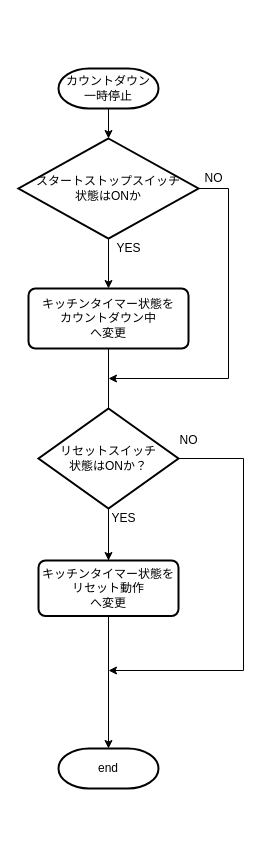
This is page "カウントダウン一時停止" (4 of 6) of 資料/設計/フローチャート/CountClass/flowchart_CountClass_v0.1.drawio from hakohumi/comp.Kitchen_Timer, a draw.io file, before an edit. Source tidied: cells renumbered, new cells numbered last; positions are measured from the earlier drawing's top-left corner, leaving out a move shared by most shapes. Both pictures are drawn from the tidied source at 100%, with x=0, y=0 at pixel (18, 68).
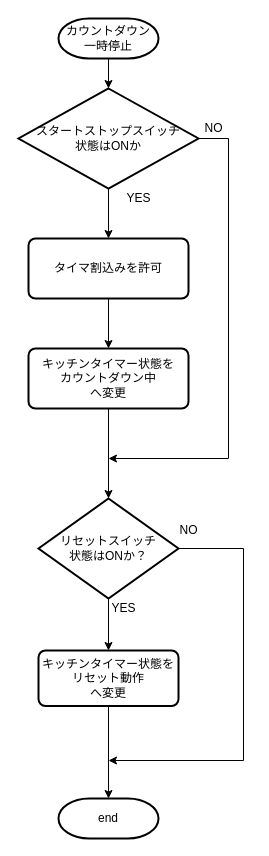
The same page after the edit.

Change to the diagram source:
```diff
@@
     <mxCell id="3" value="カウントダウン&lt;br&gt;一時停止" style="strokeWidth=2;html=1;shape=mxgraph.flowchart.terminator;whiteSpace=wrap;" parent="1" vertex="1">
-      <mxGeometry x="40" width="100" height="40" as="geometry" />
+      <mxGeometry x="40" y="-50" width="100" height="40" as="geometry" />
     </mxCell>
     <mxCell id="4" value="end" style="strokeWidth=2;html=1;shape=mxgraph.flowchart.terminator;whiteSpace=wrap;" parent="1" vertex="1">
-      <mxGeometry x="40" y="680" width="100" height="40" as="geometry" />
+      <mxGeometry x="40" y="730" width="100" height="40" as="geometry" />
     </mxCell>
     <mxCell id="5" style="edgeStyle=orthogonalEdgeStyle;rounded=0;jettySize=auto;html=1;" parent="1" edge="1" source="7">
       <mxGeometry relative="1" as="geometry">
-        <mxPoint x="90" y="310" as="targetPoint" />
+        <mxPoint x="90" y="390" as="targetPoint" />
         <Array as="points">
-          <mxPoint x="210" y="120" />
-          <mxPoint x="210" y="310" />
+          <mxPoint x="210" y="70" />
+          <mxPoint x="210" y="390" />
         </Array>
       </mxGeometry>
     </mxCell>
-    <mxCell id="6" style="edgeStyle=orthogonalEdgeStyle;rounded=0;jettySize=auto;html=1;" parent="1" edge="1" source="7" target="9">
-      <mxGeometry relative="1" as="geometry" />
-    </mxCell>
+    <mxCell id="18" style="edgeStyle=orthogonalEdgeStyle;rounded=0;jettySize=auto;html=1;" parent="1" edge="1" source="7" target="21">
+      <mxGeometry relative="1" as="geometry" />
+    </mxCell>
     <mxCell id="7" value="スタートストップスイッチ&lt;br&gt;状態はONか" style="strokeWidth=2;html=1;shape=mxgraph.flowchart.decision;whiteSpace=wrap;" parent="1" vertex="1">
-      <mxGeometry y="70" width="180" height="100" as="geometry" />
+      <mxGeometry y="20" width="180" height="100" as="geometry" />
     </mxCell>
-    <mxCell id="8" style="edgeStyle=orthogonalEdgeStyle;rounded=0;jettySize=auto;html=1;" parent="1" edge="1" source="9" target="4">
+    <mxCell id="8" style="edgeStyle=orthogonalEdgeStyle;rounded=0;jettySize=auto;html=1;entryX=0.5;entryY=0;entryDx=0;entryDy=0;entryPerimeter=0;" parent="1" edge="1" source="9" target="14">
       <mxGeometry relative="1" as="geometry" />
     </mxCell>
     <mxCell id="9" value="キッチンタイマー状態を&lt;br&gt;カウントダウン中&lt;br&gt;へ変更" style="rounded=1;whiteSpace=wrap;html=1;absoluteArcSize=1;arcSize=14;strokeWidth=2;" parent="1" vertex="1">
-      <mxGeometry x="10" y="220" width="160" height="60" as="geometry" />
+      <mxGeometry x="10" y="280" width="160" height="60" as="geometry" />
     </mxCell>
     <mxCell id="10" value="NO" style="text;html=1;align=center;verticalAlign=middle;" parent="1" vertex="1">
-      <mxGeometry x="180" y="100" width="30" height="20" as="geometry" />
+      <mxGeometry x="180" y="50" width="30" height="20" as="geometry" />
     </mxCell>
     <mxCell id="11" value="YES" style="text;html=1;align=center;verticalAlign=middle;" parent="1" vertex="1">
-      <mxGeometry x="90" y="170" width="40" height="20" as="geometry" />
+      <mxGeometry x="100" y="120" width="40" height="20" as="geometry" />
     </mxCell>
@@
     <mxCell id="13" style="edgeStyle=orthogonalEdgeStyle;rounded=0;jettySize=auto;html=1;" parent="1" edge="1" source="14">
       <mxGeometry relative="1" as="geometry">
-        <mxPoint x="90" y="602" as="targetPoint" />
+        <mxPoint x="90" y="692" as="targetPoint" />
         <Array as="points">
-          <mxPoint x="225" y="390" />
-          <mxPoint x="225" y="602" />
+          <mxPoint x="225" y="480" />
+          <mxPoint x="225" y="692" />
         </Array>
       </mxGeometry>
     </mxCell>
     <mxCell id="14" value="リセットスイッチ&lt;br&gt;状態はONか？" style="strokeWidth=2;html=1;shape=mxgraph.flowchart.decision;whiteSpace=wrap;" parent="1" vertex="1">
-      <mxGeometry x="20" y="340" width="140" height="100" as="geometry" />
+      <mxGeometry x="20" y="430" width="140" height="100" as="geometry" />
     </mxCell>
     <mxCell id="15" value="NO" style="text;html=1;align=center;verticalAlign=middle;" parent="1" vertex="1">
-      <mxGeometry x="155" y="362" width="30" height="20" as="geometry" />
+      <mxGeometry x="155" y="452" width="30" height="20" as="geometry" />
     </mxCell>
     <mxCell id="16" value="YES" style="text;html=1;align=center;verticalAlign=middle;" parent="1" vertex="1">
-      <mxGeometry x="85" y="440" width="40" height="20" as="geometry" />
+      <mxGeometry x="85" y="530" width="40" height="20" as="geometry" />
     </mxCell>
+    <mxCell id="19" style="edgeStyle=orthogonalEdgeStyle;rounded=0;jettySize=auto;html=1;entryX=0.5;entryY=0;entryDx=0;entryDy=0;entryPerimeter=0;" parent="1" edge="1" source="17" target="4">
+      <mxGeometry relative="1" as="geometry" />
+    </mxCell>
     <mxCell id="17" value="キッチンタイマー状態を&lt;br&gt;リセット動作&lt;br&gt;へ変更" style="rounded=1;whiteSpace=wrap;html=1;absoluteArcSize=1;arcSize=14;strokeWidth=2;" parent="1" vertex="1">
-      <mxGeometry x="20" y="492" width="140" height="55.5" as="geometry" />
+      <mxGeometry x="20" y="582" width="140" height="55.5" as="geometry" />
     </mxCell>
+    <mxCell id="20" style="edgeStyle=orthogonalEdgeStyle;rounded=0;jettySize=auto;html=1;" parent="1" edge="1" source="21" target="9">
+      <mxGeometry relative="1" as="geometry" />
+    </mxCell>
+    <mxCell id="21" value="タイマ割込みを許可" style="rounded=1;whiteSpace=wrap;html=1;absoluteArcSize=1;arcSize=14;strokeWidth=2;" parent="1" vertex="1">
+      <mxGeometry x="10" y="170" width="160" height="60" as="geometry" />
+    </mxCell>
```
